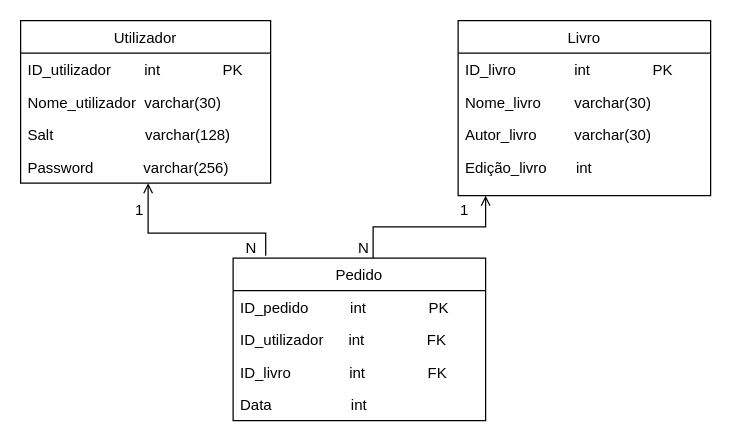
davidmanassa/Book-Manager keeps this draw.io diagram as ModeloDeDados.drawio. Above is the earlier version. Source tidied: cells renumbered, new cells numbered last; positions are measured from the earlier drawing's top-left corner, leaving out a move shared by most shapes. Both pictures are drawn from the tidied source at 125%, with x=0, y=0 at pixel (20, 20).
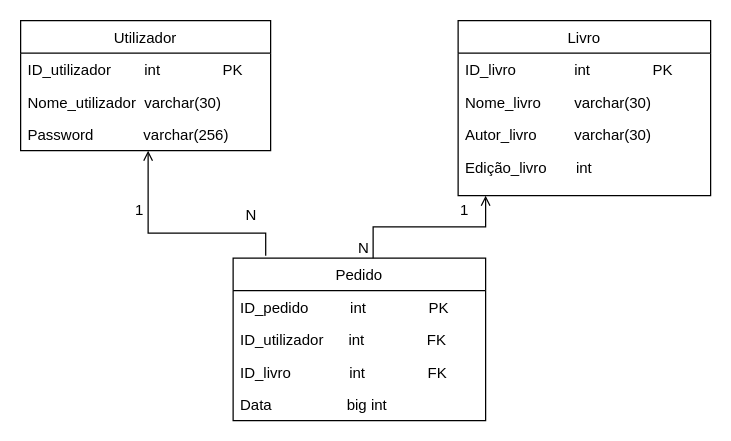
After the change.

Unchanged cells that the change refers to:
```xml
<mxCell id="10" value="Pedido" style="swimlane;fontStyle=0;align=center;verticalAlign=top;horizontal=1;startSize=26;rounded=0;shadow=0;strokeWidth=1;" parent="1" vertex="1">
  <mxGeometry x="170" y="190" width="202" height="130" as="geometry" />
</mxCell>
```

What changed in the source:
```diff
@@
     <mxCell id="2" value="Utilizador" style="swimlane;fontStyle=0;align=center;verticalAlign=top;horizontal=1;startSize=26;rounded=0;shadow=0;strokeWidth=1;" parent="1" vertex="1">
-      <mxGeometry width="200" height="130" as="geometry" />
+      <mxGeometry width="200" height="104" as="geometry" />
     </mxCell>
@@
-    <mxCell id="5" value="Salt                      varchar(128)" style="text;align=left;verticalAlign=top;spacingLeft=4;spacingRight=4;overflow=hidden;rounded=0;shadow=0;html=0;" parent="2" vertex="1">
-      <mxGeometry y="78" width="200" height="26" as="geometry" />
-    </mxCell>
     <mxCell id="6" value="Password            varchar(256)" style="text;align=left;verticalAlign=top;spacingLeft=4;spacingRight=4;overflow=hidden;points=[[0,0.5],[1,0.5]];portConstraint=eastwest;rounded=0;shadow=0;html=0;" parent="2" vertex="1">
-      <mxGeometry y="104" width="200" height="26" as="geometry" />
+      <mxGeometry y="78" width="200" height="26" as="geometry" />
     </mxCell>
@@
-    <mxCell id="14" value="Data                   int               " style="text;align=left;verticalAlign=top;spacingLeft=4;spacingRight=4;overflow=hidden;rounded=0;shadow=0;html=0;" parent="10" vertex="1">
+    <mxCell id="14" value="Data                  big int               " style="text;align=left;verticalAlign=top;spacingLeft=4;spacingRight=4;overflow=hidden;rounded=0;shadow=0;html=0;" parent="10" vertex="1">
       <mxGeometry y="104" width="202" height="26" as="geometry" />
     </mxCell>
```
